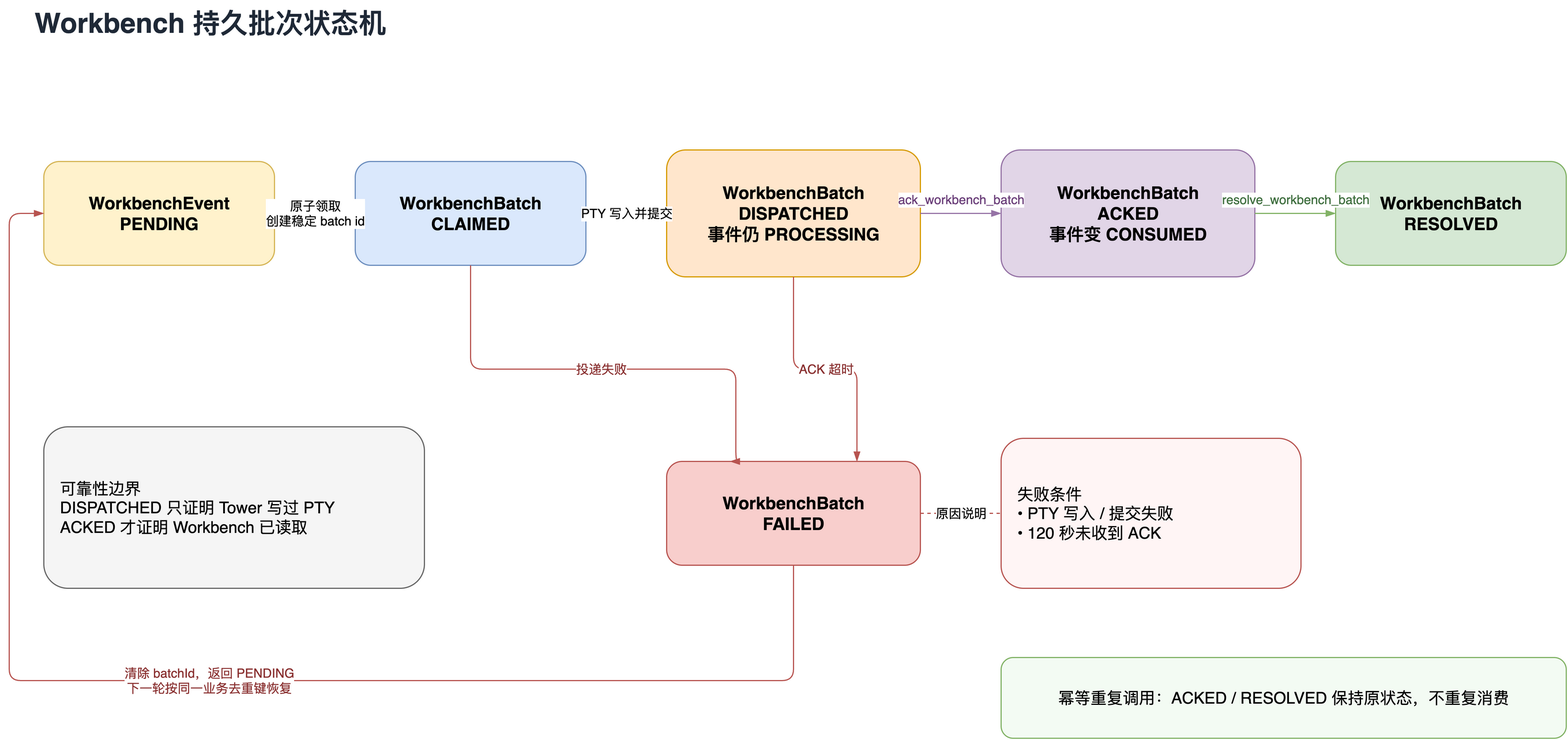
jp-liu/tower keeps this draw.io diagram as docs/public/diagrams/workbench-batch-state-machine.drawio.png. Above is the earlier version. Source tidied: cells renumbered, new cells last; positions are measured from the earlier drawing's top-left corner, leaving out a move shared by most shapes.
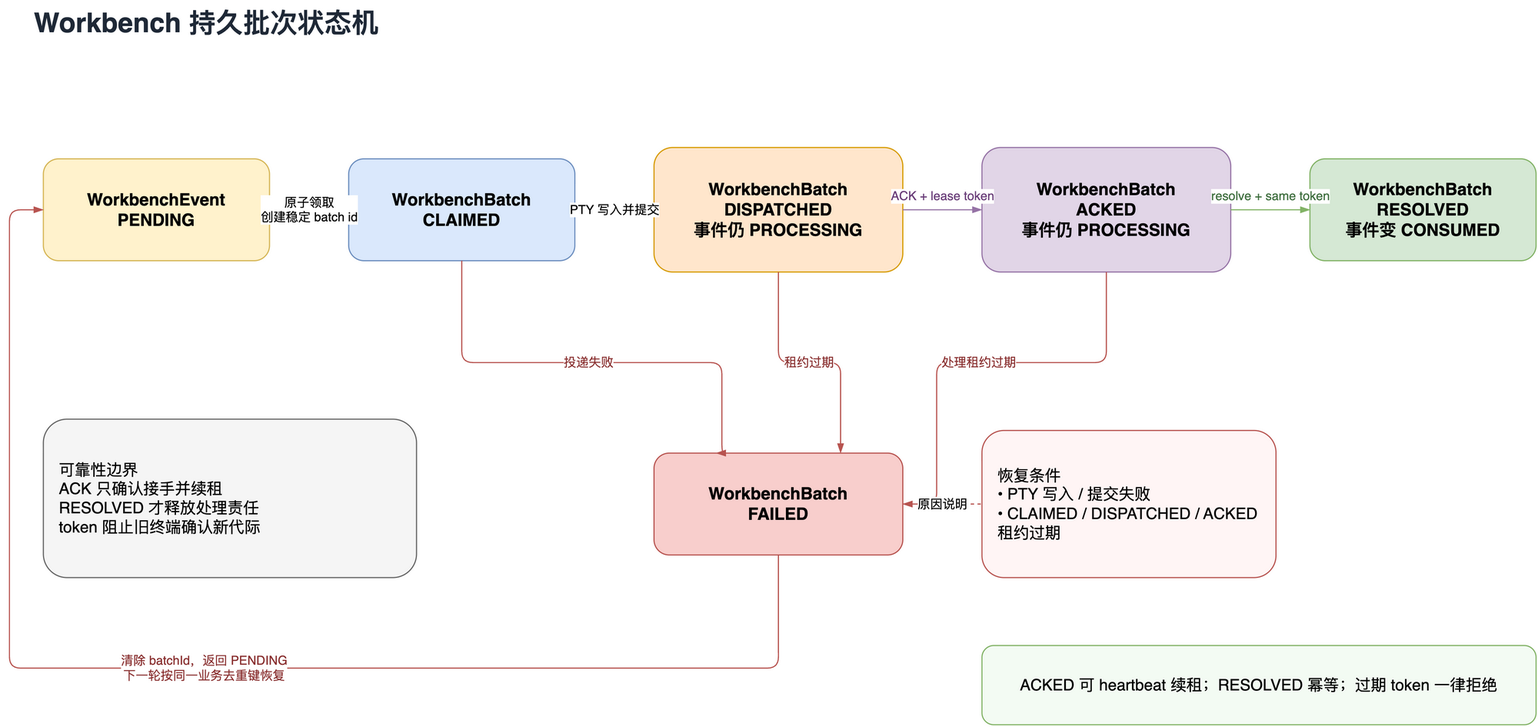
After the commit.

Diff of the diagram source:
```diff
@@ -14,19 +14,19 @@
     <mxCell id="5" value="WorkbenchBatch&#10;DISPATCHED&#10;事件仍 PROCESSING" style="rounded=1;whiteSpace=wrap;html=1;fillColor=#ffe6cc;strokeColor=#d79b00;fontSize=15;fontStyle=1;" parent="1" vertex="1">
       <mxGeometry x="570" y="130" width="220" height="110" as="geometry" />
     </mxCell>
-    <mxCell id="6" value="WorkbenchBatch&#10;ACKED&#10;事件变 CONSUMED" style="rounded=1;whiteSpace=wrap;html=1;fillColor=#e1d5e7;strokeColor=#9673a6;fontSize=15;fontStyle=1;" parent="1" vertex="1">
+    <mxCell id="6" value="WorkbenchBatch&#10;ACKED&#10;事件仍 PROCESSING" style="rounded=1;whiteSpace=wrap;html=1;fillColor=#e1d5e7;strokeColor=#9673a6;fontSize=15;fontStyle=1;" parent="1" vertex="1">
       <mxGeometry x="860" y="130" width="220" height="110" as="geometry" />
     </mxCell>
-    <mxCell id="7" value="WorkbenchBatch&#10;RESOLVED" style="rounded=1;whiteSpace=wrap;html=1;fillColor=#d5e8d4;strokeColor=#82b366;fontSize=15;fontStyle=1;" parent="1" vertex="1">
+    <mxCell id="7" value="WorkbenchBatch&#10;RESOLVED&#10;事件变 CONSUMED" style="rounded=1;whiteSpace=wrap;html=1;fillColor=#d5e8d4;strokeColor=#82b366;fontSize=15;fontStyle=1;" parent="1" vertex="1">
       <mxGeometry x="1150" y="140" width="200" height="90" as="geometry" />
     </mxCell>
     <mxCell id="8" value="WorkbenchBatch&#10;FAILED" style="rounded=1;whiteSpace=wrap;html=1;fillColor=#f8cecc;strokeColor=#b85450;fontSize=15;fontStyle=1;" parent="1" vertex="1">
       <mxGeometry x="570" y="400" width="220" height="90" as="geometry" />
     </mxCell>
-    <mxCell id="9" value="失败条件&#10;• PTY 写入 / 提交失败&#10;• 120 秒未收到 ACK" style="rounded=1;whiteSpace=wrap;html=1;fillColor=#fff5f5;strokeColor=#b85450;align=left;spacingLeft=12;fontSize=14;" parent="1" vertex="1">
+    <mxCell id="9" value="恢复条件&#10;• PTY 写入 / 提交失败&#10;• CLAIMED / DISPATCHED / ACKED 租约过期" style="rounded=1;whiteSpace=wrap;html=1;fillColor=#fff5f5;strokeColor=#b85450;align=left;spacingLeft=12;fontSize=14;" parent="1" vertex="1">
       <mxGeometry x="860" y="380" width="260" height="130" as="geometry" />
     </mxCell>
-    <mxCell id="10" value="可靠性边界&#10;DISPATCHED 只证明 Tower 写过 PTY&#10;ACKED 才证明 Workbench 已读取" style="rounded=1;whiteSpace=wrap;html=1;fillColor=#f5f5f5;strokeColor=#666666;align=left;spacingLeft=12;fontSize=14;" parent="1" vertex="1">
+    <mxCell id="10" value="可靠性边界&#10;ACK 只确认接手并续租&#10;RESOLVED 才释放处理责任&#10;token 阻止旧终端确认新代际" style="rounded=1;whiteSpace=wrap;html=1;fillColor=#f5f5f5;strokeColor=#666666;align=left;spacingLeft=12;fontSize=14;" parent="1" vertex="1">
       <mxGeometry x="30" y="370" width="330" height="140" as="geometry" />
     </mxCell>
     <mxCell id="11" value="原子领取&#10;创建稳定 batch id" style="edgeStyle=orthogonalEdgeStyle;rounded=1;jettySize=auto;html=1;endArrow=blockThin;exitX=1;exitY=0.5;entryX=0;entryY=0.5;labelBackgroundColor=#ffffff;" parent="1" edge="1" source="3" target="4">
@@ -35,12 +35,12 @@
     <mxCell id="12" value="PTY 写入并提交" style="edgeStyle=orthogonalEdgeStyle;rounded=1;jettySize=auto;html=1;endArrow=blockThin;exitX=1;exitY=0.5;entryX=0;entryY=0.5;labelBackgroundColor=#ffffff;" parent="1" edge="1" source="4" target="5">
       <mxGeometry relative="1" as="geometry" />
     </mxCell>
-    <mxCell id="13" value="ack_workbench_batch" style="edgeStyle=orthogonalEdgeStyle;rounded=1;jettySize=auto;html=1;endArrow=blockThin;strokeColor=#9673a6;fontColor=#6b3f7a;exitX=1;exitY=0.5;entryX=0;entryY=0.5;labelBackgroundColor=#ffffff;" parent="1" edge="1" source="5" target="6">
+    <mxCell id="13" value="ACK + lease token" style="edgeStyle=orthogonalEdgeStyle;rounded=1;jettySize=auto;html=1;endArrow=blockThin;strokeColor=#9673a6;fontColor=#6b3f7a;exitX=1;exitY=0.5;entryX=0;entryY=0.5;labelBackgroundColor=#ffffff;" parent="1" edge="1" source="5" target="6">
       <mxGeometry relative="1" as="geometry">
         <mxPoint y="-12" as="offset" />
       </mxGeometry>
     </mxCell>
-    <mxCell id="14" value="resolve_workbench_batch" style="edgeStyle=orthogonalEdgeStyle;rounded=1;jettySize=auto;html=1;endArrow=blockThin;strokeColor=#82b366;fontColor=#3f6f3f;exitX=1;exitY=0.5;entryX=0;entryY=0.5;labelBackgroundColor=#ffffff;" parent="1" edge="1" source="6" target="7">
+    <mxCell id="14" value="resolve + same token" style="edgeStyle=orthogonalEdgeStyle;rounded=1;jettySize=auto;html=1;endArrow=blockThin;strokeColor=#82b366;fontColor=#3f6f3f;exitX=1;exitY=0.5;entryX=0;entryY=0.5;labelBackgroundColor=#ffffff;" parent="1" edge="1" source="6" target="7">
       <mxGeometry relative="1" as="geometry">
         <mxPoint y="-12" as="offset" />
       </mxGeometry>
@@ -53,9 +53,18 @@
         </Array>
       </mxGeometry>
     </mxCell>
-    <mxCell id="16" value="ACK 超时" style="edgeStyle=orthogonalEdgeStyle;rounded=1;jettySize=auto;html=1;endArrow=blockThin;strokeColor=#b85450;fontColor=#8a3030;exitX=0.5;exitY=1;entryX=0.75;entryY=0;labelBackgroundColor=#ffffff;" parent="1" edge="1" source="5" target="8">
+    <mxCell id="16" value="租约过期" style="edgeStyle=orthogonalEdgeStyle;rounded=1;jettySize=auto;html=1;endArrow=blockThin;strokeColor=#b85450;fontColor=#8a3030;exitX=0.5;exitY=1;entryX=0.75;entryY=0;labelBackgroundColor=#ffffff;" parent="1" edge="1" source="5" target="8">
       <mxGeometry relative="1" as="geometry" />
     </mxCell>
+    <mxCell id="20" value="处理租约过期" style="edgeStyle=orthogonalEdgeStyle;rounded=1;jettySize=auto;html=1;endArrow=blockThin;strokeColor=#b85450;fontColor=#8a3030;exitX=0.5;exitY=1;entryX=1;entryY=0.5;labelBackgroundColor=#ffffff;" parent="1" edge="1" source="6" target="8">
+      <mxGeometry relative="1" as="geometry">
+        <Array as="points">
+          <mxPoint x="970" y="320" />
+          <mxPoint x="820" y="320" />
+          <mxPoint x="820" y="445" />
+        </Array>
+      </mxGeometry>
+    </mxCell>
     <mxCell id="17" value="原因说明" style="edgeStyle=orthogonalEdgeStyle;rounded=1;jettySize=auto;html=1;endArrow=none;dashed=1;strokeColor=#b85450;exitX=1;exitY=0.5;entryX=0;entryY=0.5;" parent="1" edge="1" source="8" target="9">
       <mxGeometry relative="1" as="geometry" />
     </mxCell>
@@ -68,7 +77,7 @@
         </Array>
       </mxGeometry>
     </mxCell>
-    <mxCell id="19" value="幂等重复调用：ACKED / RESOLVED 保持原状态，不重复消费" style="rounded=1;whiteSpace=wrap;html=1;fillColor=#f3fbf3;strokeColor=#82b366;fontSize=14;" parent="1" vertex="1">
+    <mxCell id="19" value="ACKED 可 heartbeat 续租；RESOLVED 幂等；过期 token 一律拒绝" style="rounded=1;whiteSpace=wrap;html=1;fillColor=#f3fbf3;strokeColor=#82b366;fontSize=14;" parent="1" vertex="1">
       <mxGeometry x="860" y="570" width="490" height="70" as="geometry" />
     </mxCell>
   </root>
```
